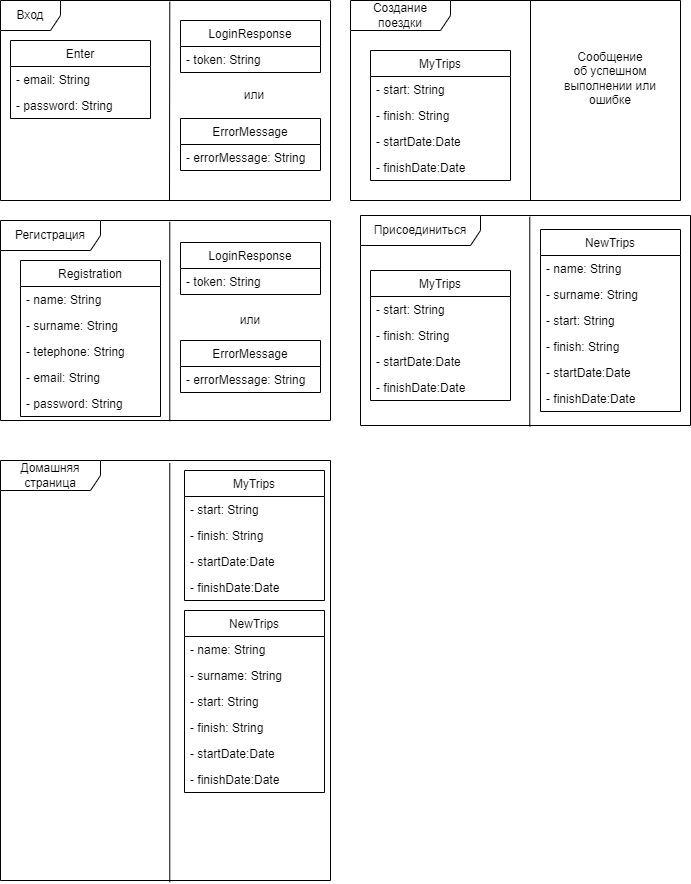
Above: Docs/data.png in AlisaBugaeva/Poputchiki (draw.io), before the change. Source tidied: cells renumbered, new cells last; positions are measured from the earlier drawing's top-left corner, leaving out a move shared by most shapes.
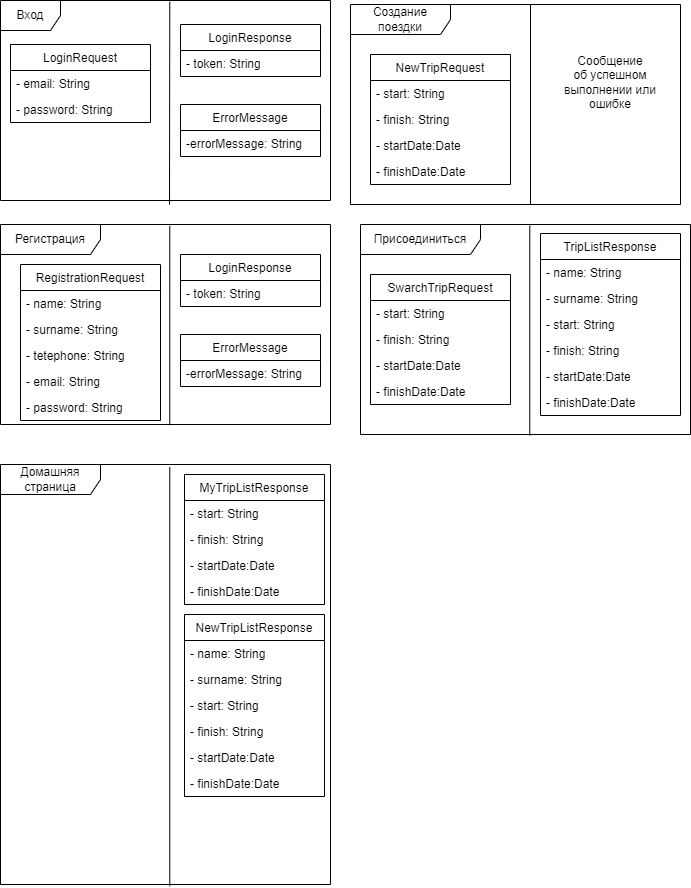
Above is the later version.

The edit, as a diff of the source:
```diff
@@ -2,7 +2,22 @@
   <root>
     <mxCell id="0" />
     <mxCell id="1" parent="0" />
+    <mxCell id="20" value="Домашняя страница" style="shape=umlFrame;whiteSpace=wrap;html=1;width=100;height=30;" parent="1" vertex="1">
+      <mxGeometry y="460" width="330" height="420" as="geometry" />
+    </mxCell>
+    <mxCell id="42" value="Присоединиться" style="shape=umlFrame;whiteSpace=wrap;html=1;width=120;height=30;" parent="1" vertex="1">
+      <mxGeometry x="360" y="220" width="330" height="210" as="geometry" />
+    </mxCell>
+    <mxCell id="34" value="Создание поездки" style="shape=umlFrame;whiteSpace=wrap;html=1;width=100;height=30;" parent="1" vertex="1">
+      <mxGeometry x="350" width="330" height="200" as="geometry" />
+    </mxCell>
+    <mxCell id="13" value="Регистрация" style="shape=umlFrame;whiteSpace=wrap;html=1;width=100;height=30;" parent="1" vertex="1">
+      <mxGeometry y="220" width="330" height="200" as="geometry" />
+    </mxCell>
+    <mxCell id="11" value="Вход" style="shape=umlFrame;whiteSpace=wrap;html=1;" parent="1" vertex="1">
+      <mxGeometry y="-4" width="330" height="200" as="geometry" />
+    </mxCell>
-    <mxCell id="2" value="Enter" style="swimlane;fontStyle=0;horizontal=1;startSize=26;fillColor=none;" parent="1" vertex="1">
+    <mxCell id="2" value="LoginRequest" style="swimlane;fontStyle=0;horizontal=1;startSize=26;fillColor=none;" parent="1" vertex="1">
       <mxGeometry x="10" y="40" width="140" height="78" as="geometry" />
     </mxCell>
     <mxCell id="3" value="- email: String" style="text;strokeColor=none;fillColor=none;align=left;verticalAlign=top;spacingLeft=4;spacingRight=4;overflow=hidden;" parent="2" vertex="1">
@@ -11,7 +26,7 @@
     <mxCell id="4" value="- password: String" style="text;strokeColor=none;fillColor=none;align=left;verticalAlign=top;spacingLeft=4;spacingRight=4;overflow=hidden;" parent="2" vertex="1">
       <mxGeometry y="52" width="140" height="26" as="geometry" />
     </mxCell>
-    <mxCell id="5" value="Registration" style="swimlane;fontStyle=0;horizontal=1;startSize=26;fillColor=none;" parent="1" vertex="1">
+    <mxCell id="5" value="RegistrationRequest" style="swimlane;fontStyle=0;horizontal=1;startSize=26;fillColor=none;" parent="1" vertex="1">
       <mxGeometry x="20" y="260" width="140" height="156" as="geometry" />
     </mxCell>
     <mxCell id="6" value="- name: String" style="text;strokeColor=none;fillColor=none;align=left;verticalAlign=top;spacingLeft=4;spacingRight=4;overflow=hidden;" parent="5" vertex="1">
@@ -29,21 +44,15 @@
     <mxCell id="10" value="- password: String" style="text;strokeColor=none;fillColor=none;align=left;verticalAlign=top;spacingLeft=4;spacingRight=4;overflow=hidden;" parent="5" vertex="1">
       <mxGeometry y="130" width="140" height="26" as="geometry" />
     </mxCell>
-    <mxCell id="11" value="Вход" style="shape=umlFrame;whiteSpace=wrap;html=1;" parent="1" vertex="1">
-      <mxGeometry width="330" height="200" as="geometry" />
-    </mxCell>
     <mxCell id="12" style="endArrow=none;html=1;rounded=0;entryX=0.513;entryY=0.006;entryDx=0;entryDy=0;entryPerimeter=0;" parent="1" edge="1" target="11">
       <mxGeometry relative="1" as="geometry">
         <mxPoint x="169" y="200" as="sourcePoint" />
       </mxGeometry>
     </mxCell>
-    <mxCell id="13" value="Регистрация" style="shape=umlFrame;whiteSpace=wrap;html=1;width=100;height=30;" parent="1" vertex="1">
-      <mxGeometry y="220" width="330" height="200" as="geometry" />
-    </mxCell>
     <mxCell id="14" style="endArrow=none;html=1;rounded=0;entryX=0.513;entryY=0.006;entryDx=0;entryDy=0;entryPerimeter=0;exitX=0.513;exitY=1.004;exitDx=0;exitDy=0;exitPerimeter=0;" parent="1" edge="1" source="13" target="13">
       <mxGeometry relative="1" as="geometry" />
     </mxCell>
-    <mxCell id="15" value="MyTrips" style="swimlane;fontStyle=0;horizontal=1;startSize=26;fillColor=none;" parent="1" vertex="1">
+    <mxCell id="15" value="MyTripListResponse" style="swimlane;fontStyle=0;horizontal=1;startSize=26;fillColor=none;" parent="1" vertex="1">
       <mxGeometry x="184" y="470" width="140" height="130" as="geometry" />
     </mxCell>
     <mxCell id="16" value="- start: String" style="text;strokeColor=none;fillColor=none;align=left;verticalAlign=top;spacingLeft=4;spacingRight=4;overflow=hidden;" parent="15" vertex="1">
@@ -58,13 +67,10 @@
     <mxCell id="19" value="- finishDate:Date" style="text;strokeColor=none;fillColor=none;align=left;verticalAlign=top;spacingLeft=4;spacingRight=4;overflow=hidden;" parent="15" vertex="1">
       <mxGeometry y="104" width="140" height="26" as="geometry" />
     </mxCell>
-    <mxCell id="20" value="Домашняя страница" style="shape=umlFrame;whiteSpace=wrap;html=1;width=100;height=30;" parent="1" vertex="1">
-      <mxGeometry y="460" width="330" height="420" as="geometry" />
-    </mxCell>
     <mxCell id="21" style="endArrow=none;html=1;rounded=0;entryX=0.513;entryY=0.006;entryDx=0;entryDy=0;entryPerimeter=0;exitX=0.513;exitY=1.004;exitDx=0;exitDy=0;exitPerimeter=0;" parent="1" edge="1" source="20" target="20">
       <mxGeometry relative="1" as="geometry" />
     </mxCell>
-    <mxCell id="22" value="MyTrips" style="swimlane;fontStyle=0;horizontal=1;startSize=26;fillColor=none;" parent="1" vertex="1">
+    <mxCell id="22" value="NewTripRequest" style="swimlane;fontStyle=0;horizontal=1;startSize=26;fillColor=none;" parent="1" vertex="1">
       <mxGeometry x="370" y="50" width="140" height="130" as="geometry" />
     </mxCell>
     <mxCell id="23" value="- start: String" style="text;strokeColor=none;fillColor=none;align=left;verticalAlign=top;spacingLeft=4;spacingRight=4;overflow=hidden;" parent="22" vertex="1">
@@ -79,7 +85,7 @@
     <mxCell id="26" value="- finishDate:Date" style="text;strokeColor=none;fillColor=none;align=left;verticalAlign=top;spacingLeft=4;spacingRight=4;overflow=hidden;" parent="22" vertex="1">
       <mxGeometry y="104" width="140" height="26" as="geometry" />
     </mxCell>
-    <mxCell id="27" value="NewTrips" style="swimlane;fontStyle=0;horizontal=1;startSize=26;fillColor=none;" parent="1" vertex="1">
+    <mxCell id="27" value="NewTripListResponse" style="swimlane;fontStyle=0;horizontal=1;startSize=26;fillColor=none;" parent="1" vertex="1">
       <mxGeometry x="184" y="610" width="140" height="182" as="geometry" />
     </mxCell>
     <mxCell id="28" value="- name: String" style="text;strokeColor=none;fillColor=none;align=left;verticalAlign=top;spacingLeft=4;spacingRight=4;overflow=hidden;" parent="27" vertex="1">
@@ -100,9 +106,6 @@
     <mxCell id="33" value="- finishDate:Date" style="text;strokeColor=none;fillColor=none;align=left;verticalAlign=top;spacingLeft=4;spacingRight=4;overflow=hidden;" parent="27" vertex="1">
       <mxGeometry y="156" width="140" height="26" as="geometry" />
     </mxCell>
-    <mxCell id="34" value="Создание поездки" style="shape=umlFrame;whiteSpace=wrap;html=1;width=100;height=30;" parent="1" vertex="1">
-      <mxGeometry x="350" width="330" height="200" as="geometry" />
-    </mxCell>
     <mxCell id="35" style="endArrow=none;html=1;rounded=0;entryX=0.513;entryY=0.006;entryDx=0;entryDy=0;entryPerimeter=0;exitX=0.513;exitY=1.004;exitDx=0;exitDy=0;exitPerimeter=0;" parent="1" edge="1">
       <mxGeometry relative="1" as="geometry">
         <mxPoint x="530" y="200" as="sourcePoint" />
@@ -112,7 +115,7 @@
     <mxCell id="36" value="Сообщение&lt;br&gt;об успешном выполнении или ошибке" style="text;html=1;strokeColor=none;fillColor=none;align=center;verticalAlign=middle;whiteSpace=wrap;rounded=0;" parent="1" vertex="1">
       <mxGeometry x="550" y="38" width="120" height="80" as="geometry" />
     </mxCell>
-    <mxCell id="37" value="MyTrips" style="swimlane;fontStyle=0;horizontal=1;startSize=26;fillColor=none;" parent="1" vertex="1">
+    <mxCell id="37" value="SwarchTripRequest" style="swimlane;fontStyle=0;horizontal=1;startSize=26;fillColor=none;" parent="1" vertex="1">
       <mxGeometry x="370" y="270" width="140" height="130" as="geometry" />
     </mxCell>
     <mxCell id="38" value="- start: String" style="text;strokeColor=none;fillColor=none;align=left;verticalAlign=top;spacingLeft=4;spacingRight=4;overflow=hidden;" parent="37" vertex="1">
@@ -127,13 +130,10 @@
     <mxCell id="41" value="- finishDate:Date" style="text;strokeColor=none;fillColor=none;align=left;verticalAlign=top;spacingLeft=4;spacingRight=4;overflow=hidden;" parent="37" vertex="1">
       <mxGeometry y="104" width="140" height="26" as="geometry" />
     </mxCell>
-    <mxCell id="42" value="Присоединиться" style="shape=umlFrame;whiteSpace=wrap;html=1;width=120;height=30;" parent="1" vertex="1">
-      <mxGeometry x="360" y="215" width="330" height="210" as="geometry" />
-    </mxCell>
     <mxCell id="43" style="endArrow=none;html=1;rounded=0;entryX=0.513;entryY=0.006;entryDx=0;entryDy=0;entryPerimeter=0;exitX=0.513;exitY=1.004;exitDx=0;exitDy=0;exitPerimeter=0;" parent="1" edge="1" source="42" target="42">
       <mxGeometry relative="1" as="geometry" />
     </mxCell>
-    <mxCell id="44" value="NewTrips" style="swimlane;fontStyle=0;horizontal=1;startSize=26;fillColor=none;" parent="1" vertex="1">
+    <mxCell id="44" value="TripListResponse" style="swimlane;fontStyle=0;horizontal=1;startSize=26;fillColor=none;" parent="1" vertex="1">
       <mxGeometry x="540" y="229" width="140" height="182" as="geometry" />
     </mxCell>
     <mxCell id="45" value="- name: String" style="text;strokeColor=none;fillColor=none;align=left;verticalAlign=top;spacingLeft=4;spacingRight=4;overflow=hidden;" parent="44" vertex="1">
@@ -154,35 +154,29 @@
     <mxCell id="50" value="- finishDate:Date" style="text;strokeColor=none;fillColor=none;align=left;verticalAlign=top;spacingLeft=4;spacingRight=4;overflow=hidden;" parent="44" vertex="1">
       <mxGeometry y="156" width="140" height="26" as="geometry" />
     </mxCell>
-    <mxCell id="51" value="ErrorMessage" style="swimlane;fontStyle=0;horizontal=1;startSize=26;fillColor=none;" parent="1" vertex="1">
-      <mxGeometry x="180" y="118" width="140" height="52" as="geometry" />
-    </mxCell>
-    <mxCell id="52" value="- errorMessage: String" style="text;strokeColor=none;fillColor=none;align=left;verticalAlign=top;spacingLeft=4;spacingRight=4;overflow=hidden;" parent="51" vertex="1">
-      <mxGeometry y="26" width="140" height="26" as="geometry" />
-    </mxCell>
     <mxCell id="53" value="LoginResponse" style="swimlane;fontStyle=0;horizontal=1;startSize=26;fillColor=none;" parent="1" vertex="1">
       <mxGeometry x="180" y="20" width="140" height="52" as="geometry" />
     </mxCell>
-    <mxCell id="54" value="- token: String" style="text;strokeColor=none;fillColor=none;align=left;verticalAlign=top;spacingLeft=4;spacingRight=4;overflow=hidden;" parent="53" vertex="1">
-      <mxGeometry y="26" width="140" height="26" as="geometry" />
-    </mxCell>
-    <mxCell id="55" value="ErrorMessage" style="swimlane;fontStyle=0;horizontal=1;startSize=26;fillColor=none;" parent="1" vertex="1">
-      <mxGeometry x="180" y="340" width="140" height="52" as="geometry" />
-    </mxCell>
-    <mxCell id="56" value="- errorMessage: String" style="text;strokeColor=none;fillColor=none;align=left;verticalAlign=top;spacingLeft=4;spacingRight=4;overflow=hidden;" parent="55" vertex="1">
-      <mxGeometry y="26" width="140" height="26" as="geometry" />
-    </mxCell>
+    <mxCell id="61" value="- token: String" style="text;strokeColor=none;fillColor=none;align=left;verticalAlign=top;spacingLeft=4;spacingRight=4;overflow=hidden;" parent="53" vertex="1">
+      <mxGeometry y="26" width="140" height="26" as="geometry" />
+    </mxCell>
+    <mxCell id="62" value="ErrorMessage" style="swimlane;fontStyle=0;horizontal=1;startSize=26;fillColor=none;" parent="1" vertex="1">
+      <mxGeometry x="180" y="100" width="140" height="52" as="geometry" />
+    </mxCell>
+    <mxCell id="63" value="-errorMessage: String" style="text;strokeColor=none;fillColor=none;align=left;verticalAlign=top;spacingLeft=4;spacingRight=4;overflow=hidden;" parent="62" vertex="1">
+      <mxGeometry y="26" width="140" height="26" as="geometry" />
+    </mxCell>
     <mxCell id="57" value="LoginResponse" style="swimlane;fontStyle=0;horizontal=1;startSize=26;fillColor=none;" parent="1" vertex="1">
-      <mxGeometry x="180" y="242" width="140" height="52" as="geometry" />
+      <mxGeometry x="180" y="250" width="140" height="52" as="geometry" />
     </mxCell>
-    <mxCell id="58" value="- token: String" style="text;strokeColor=none;fillColor=none;align=left;verticalAlign=top;spacingLeft=4;spacingRight=4;overflow=hidden;" parent="57" vertex="1">
-      <mxGeometry y="26" width="140" height="26" as="geometry" />
-    </mxCell>
-    <mxCell id="59" value="или" style="text;html=1;strokeColor=none;fillColor=none;align=center;verticalAlign=middle;whiteSpace=wrap;rounded=0;" parent="1" vertex="1">
-      <mxGeometry x="224" y="80" width="60" height="30" as="geometry" />
-    </mxCell>
-    <mxCell id="60" value="или" style="text;html=1;strokeColor=none;fillColor=none;align=center;verticalAlign=middle;whiteSpace=wrap;rounded=0;" parent="1" vertex="1">
-      <mxGeometry x="220" y="305" width="60" height="30" as="geometry" />
-    </mxCell>
+    <mxCell id="64" value="- token: String" style="text;strokeColor=none;fillColor=none;align=left;verticalAlign=top;spacingLeft=4;spacingRight=4;overflow=hidden;" parent="57" vertex="1">
+      <mxGeometry y="26" width="140" height="26" as="geometry" />
+    </mxCell>
+    <mxCell id="65" value="ErrorMessage" style="swimlane;fontStyle=0;horizontal=1;startSize=26;fillColor=none;" parent="1" vertex="1">
+      <mxGeometry x="180" y="330" width="140" height="52" as="geometry" />
+    </mxCell>
+    <mxCell id="66" value="-errorMessage: String" style="text;strokeColor=none;fillColor=none;align=left;verticalAlign=top;spacingLeft=4;spacingRight=4;overflow=hidden;" parent="65" vertex="1">
+      <mxGeometry y="26" width="140" height="26" as="geometry" />
+    </mxCell>
   </root>
 </mxGraphModel>
```
